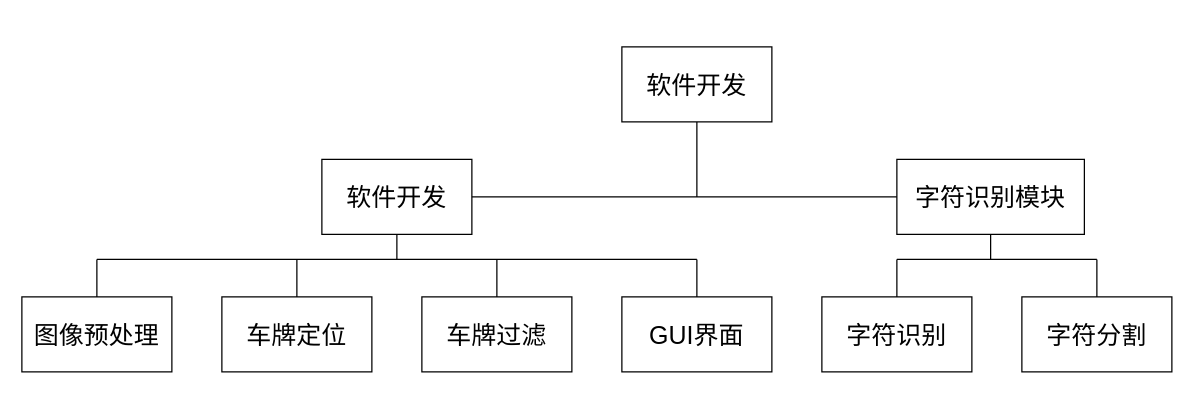
Before: 课设3.drawio in LinZY1004/diagrams, a draw.io diagram. Source tidied: cells renumbered, new cells numbered last; positions are measured from the earlier drawing's top-left corner, leaving out a move shared by most shapes. Both pictures are drawn from the tidied source at 125%, with x=0, y=0 at pixel (21, 46).
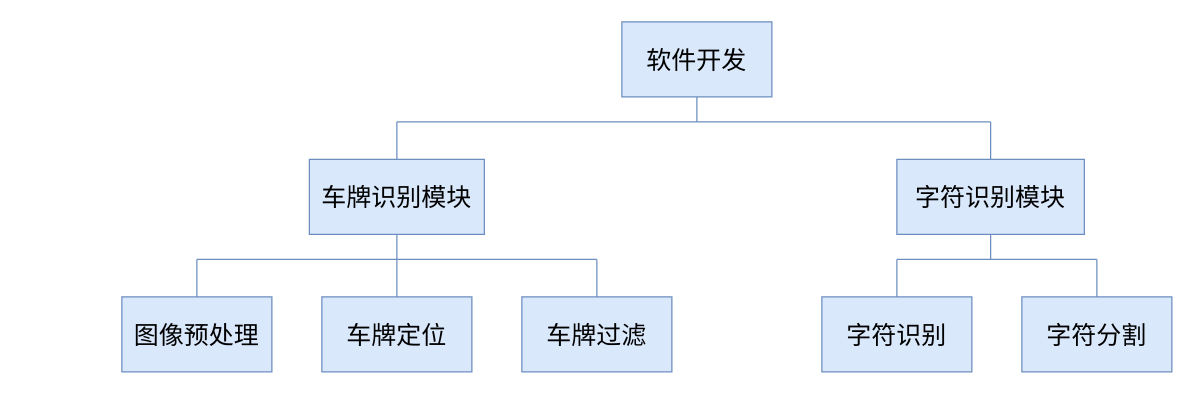
After the change.

Change to the diagram source:
```diff
@@
-    <mxCell id="2" value="&lt;font style=&quot;font-size: 20px&quot;&gt;软件开发&lt;/font&gt;" style="rounded=0;whiteSpace=wrap;html=1;" parent="1" vertex="1">
-      <mxGeometry x="480" width="120" height="60" as="geometry" />
+    <mxCell id="2" value="&lt;font style=&quot;font-size: 20px&quot;&gt;软件开发&lt;/font&gt;" style="rounded=0;whiteSpace=wrap;html=1;fillColor=#dae8fc;strokeColor=#6c8ebf;" parent="1" vertex="1">
+      <mxGeometry x="480" y="-20" width="120" height="60" as="geometry" />
     </mxCell>
-    <mxCell id="3" value="&lt;font style=&quot;font-size: 20px&quot;&gt;软件开发&lt;/font&gt;" style="rounded=0;whiteSpace=wrap;html=1;" parent="1" vertex="1">
-      <mxGeometry x="240" y="90" width="120" height="60" as="geometry" />
+    <mxCell id="3" value="&lt;font style=&quot;font-size: 20px&quot;&gt;车牌识别模块&lt;/font&gt;" style="rounded=0;whiteSpace=wrap;html=1;fillColor=#dae8fc;strokeColor=#6c8ebf;" parent="1" vertex="1">
+      <mxGeometry x="230" y="90" width="140" height="60" as="geometry" />
     </mxCell>
-    <mxCell id="4" value="&lt;font style=&quot;font-size: 20px&quot;&gt;图像预处理&lt;/font&gt;" style="rounded=0;whiteSpace=wrap;html=1;" parent="1" vertex="1">
-      <mxGeometry y="200" width="120" height="60" as="geometry" />
+    <mxCell id="4" value="&lt;font style=&quot;font-size: 20px&quot;&gt;图像预处理&lt;/font&gt;" style="rounded=0;whiteSpace=wrap;html=1;fillColor=#dae8fc;strokeColor=#6c8ebf;" parent="1" vertex="1">
+      <mxGeometry x="80" y="200" width="120" height="60" as="geometry" />
     </mxCell>
-    <mxCell id="5" value="&lt;font style=&quot;font-size: 20px&quot;&gt;车牌定位&lt;br&gt;&lt;/font&gt;" style="rounded=0;whiteSpace=wrap;html=1;" parent="1" vertex="1">
-      <mxGeometry x="160" y="200" width="120" height="60" as="geometry" />
+    <mxCell id="5" value="&lt;font style=&quot;font-size: 20px&quot;&gt;车牌定位&lt;br&gt;&lt;/font&gt;" style="rounded=0;whiteSpace=wrap;html=1;fillColor=#dae8fc;strokeColor=#6c8ebf;" parent="1" vertex="1">
+      <mxGeometry x="240" y="200" width="120" height="60" as="geometry" />
     </mxCell>
-    <mxCell id="6" value="&lt;font style=&quot;font-size: 20px&quot;&gt;车牌过滤&lt;br&gt;&lt;/font&gt;" style="rounded=0;whiteSpace=wrap;html=1;" parent="1" vertex="1">
-      <mxGeometry x="320" y="200" width="120" height="60" as="geometry" />
+    <mxCell id="6" value="&lt;font style=&quot;font-size: 20px&quot;&gt;车牌过滤&lt;br&gt;&lt;/font&gt;" style="rounded=0;whiteSpace=wrap;html=1;fillColor=#dae8fc;strokeColor=#6c8ebf;" parent="1" vertex="1">
+      <mxGeometry x="400" y="200" width="120" height="60" as="geometry" />
     </mxCell>
-    <mxCell id="7" value="&lt;font style=&quot;font-size: 20px&quot;&gt;字符识别模块&lt;br&gt;&lt;/font&gt;" style="rounded=0;whiteSpace=wrap;html=1;" parent="1" vertex="1">
+    <mxCell id="7" value="&lt;font style=&quot;font-size: 20px&quot;&gt;字符识别模块&lt;br&gt;&lt;/font&gt;" style="rounded=0;whiteSpace=wrap;html=1;fillColor=#dae8fc;strokeColor=#6c8ebf;" parent="1" vertex="1">
       <mxGeometry x="700" y="90" width="150" height="60" as="geometry" />
     </mxCell>
-    <mxCell id="8" value="&lt;font style=&quot;font-size: 20px&quot;&gt;字符识别&lt;br&gt;&lt;/font&gt;" style="rounded=0;whiteSpace=wrap;html=1;" parent="1" vertex="1">
+    <mxCell id="8" value="&lt;font style=&quot;font-size: 20px&quot;&gt;字符识别&lt;br&gt;&lt;/font&gt;" style="rounded=0;whiteSpace=wrap;html=1;fillColor=#dae8fc;strokeColor=#6c8ebf;" parent="1" vertex="1">
       <mxGeometry x="640" y="200" width="120" height="60" as="geometry" />
     </mxCell>
-    <mxCell id="9" value="&lt;font style=&quot;font-size: 20px&quot;&gt;GUI界面&lt;br&gt;&lt;/font&gt;" style="rounded=0;whiteSpace=wrap;html=1;" parent="1" vertex="1">
-      <mxGeometry x="480" y="200" width="120" height="60" as="geometry" />
-    </mxCell>
-    <mxCell id="10" value="&lt;font style=&quot;font-size: 20px&quot;&gt;字符分割&lt;br&gt;&lt;/font&gt;" style="rounded=0;whiteSpace=wrap;html=1;" parent="1" vertex="1">
+    <mxCell id="10" value="&lt;font style=&quot;font-size: 20px&quot;&gt;字符分割&lt;br&gt;&lt;/font&gt;" style="rounded=0;whiteSpace=wrap;html=1;fillColor=#dae8fc;strokeColor=#6c8ebf;" parent="1" vertex="1">
       <mxGeometry x="800" y="200" width="120" height="60" as="geometry" />
     </mxCell>
-    <mxCell id="11" style="endArrow=none;html=1;rounded=0;fontSize=20;entryX=0;entryY=0.5;entryDx=0;entryDy=0;" parent="1" edge="1" source="3" target="7">
-      <mxGeometry relative="1" as="geometry" />
+    <mxCell id="11" style="endArrow=none;html=1;rounded=0;fontSize=20;strokeColor=#6c8ebf;fontColor=#46495D;fillColor=#dae8fc;" parent="1" edge="1">
+      <mxGeometry relative="1" as="geometry">
+        <mxPoint x="300" y="60" as="sourcePoint" />
+        <mxPoint x="775" y="60" as="targetPoint" />
+      </mxGeometry>
     </mxCell>
-    <mxCell id="12" style="endArrow=none;html=1;rounded=0;fontSize=20;entryX=0.5;entryY=1;entryDx=0;entryDy=0;" parent="1" edge="1" target="2">
+    <mxCell id="12" style="endArrow=none;html=1;rounded=0;fontSize=20;entryX=0.5;entryY=1;entryDx=0;entryDy=0;strokeColor=#6c8ebf;fontColor=#46495D;fillColor=#dae8fc;" parent="1" edge="1" target="2">
       <mxGeometry relative="1" as="geometry">
-        <mxPoint x="540" y="120" as="sourcePoint" />
+        <mxPoint x="540" y="60" as="sourcePoint" />
       </mxGeometry>
     </mxCell>
-    <mxCell id="13" style="endArrow=none;html=1;rounded=0;fontSize=20;entryX=0.5;entryY=0;entryDx=0;entryDy=0;" parent="1" edge="1" target="4">
+    <mxCell id="13" style="endArrow=none;html=1;rounded=0;fontSize=20;entryX=0.5;entryY=0;entryDx=0;entryDy=0;strokeColor=#6c8ebf;fontColor=#46495D;fillColor=#dae8fc;" parent="1" edge="1" target="4">
       <mxGeometry relative="1" as="geometry">
-        <mxPoint x="60" y="170" as="sourcePoint" />
+        <mxPoint x="140" y="170" as="sourcePoint" />
       </mxGeometry>
     </mxCell>
-    <mxCell id="14" style="endArrow=none;html=1;rounded=0;fontSize=20;entryX=0.5;entryY=0;entryDx=0;entryDy=0;" parent="1" edge="1" target="5">
+    <mxCell id="14" style="endArrow=none;html=1;rounded=0;fontSize=20;entryX=0.5;entryY=0;entryDx=0;entryDy=0;strokeColor=#6c8ebf;fontColor=#46495D;fillColor=#dae8fc;" parent="1" edge="1" target="5">
       <mxGeometry relative="1" as="geometry">
-        <mxPoint x="220" y="170" as="sourcePoint" />
+        <mxPoint x="300" y="170" as="sourcePoint" />
       </mxGeometry>
     </mxCell>
-    <mxCell id="15" style="endArrow=none;html=1;rounded=0;fontSize=20;exitX=0.5;exitY=0;exitDx=0;exitDy=0;" parent="1" edge="1" source="6">
+    <mxCell id="15" style="endArrow=none;html=1;rounded=0;fontSize=20;exitX=0.5;exitY=0;exitDx=0;exitDy=0;strokeColor=#6c8ebf;fontColor=#46495D;fillColor=#dae8fc;" parent="1" edge="1" source="6">
       <mxGeometry relative="1" as="geometry">
-        <mxPoint x="380" y="170" as="targetPoint" />
+        <mxPoint x="460" y="170" as="targetPoint" />
       </mxGeometry>
     </mxCell>
-    <mxCell id="16" style="endArrow=none;html=1;rounded=0;fontSize=20;exitX=0.5;exitY=0;exitDx=0;exitDy=0;" parent="1" edge="1" source="9">
-      <mxGeometry relative="1" as="geometry">
-        <mxPoint x="540" y="170" as="targetPoint" />
-      </mxGeometry>
-    </mxCell>
-    <mxCell id="17" style="endArrow=none;html=1;rounded=0;fontSize=20;" parent="1" edge="1" source="8">
+    <mxCell id="17" style="endArrow=none;html=1;rounded=0;fontSize=20;strokeColor=#6c8ebf;fontColor=#46495D;fillColor=#dae8fc;" parent="1" edge="1" source="8">
       <mxGeometry relative="1" as="geometry">
         <mxPoint x="700" y="170" as="targetPoint" />
       </mxGeometry>
     </mxCell>
-    <mxCell id="18" style="endArrow=none;html=1;rounded=0;fontSize=20;" parent="1" edge="1" source="10">
+    <mxCell id="18" style="endArrow=none;html=1;rounded=0;fontSize=20;strokeColor=#6c8ebf;fontColor=#46495D;fillColor=#dae8fc;" parent="1" edge="1" source="10">
       <mxGeometry relative="1" as="geometry">
         <mxPoint x="860" y="170" as="targetPoint" />
       </mxGeometry>
     </mxCell>
-    <mxCell id="19" style="endArrow=none;html=1;rounded=0;fontSize=20;" parent="1" edge="1">
+    <mxCell id="19" style="endArrow=none;html=1;rounded=0;fontSize=20;strokeColor=#6c8ebf;fontColor=#46495D;fillColor=#dae8fc;" parent="1" edge="1">
       <mxGeometry relative="1" as="geometry">
-        <mxPoint x="60" y="170" as="sourcePoint" />
-        <mxPoint x="540" y="170" as="targetPoint" />
+        <mxPoint x="140" y="170" as="sourcePoint" />
+        <mxPoint x="460" y="170" as="targetPoint" />
       </mxGeometry>
     </mxCell>
-    <mxCell id="20" style="endArrow=none;html=1;rounded=0;fontSize=20;entryX=0.5;entryY=1;entryDx=0;entryDy=0;" parent="1" edge="1" target="3">
+    <mxCell id="20" style="endArrow=none;html=1;rounded=0;fontSize=20;entryX=0.5;entryY=1;entryDx=0;entryDy=0;strokeColor=#6c8ebf;fontColor=#46495D;fillColor=#dae8fc;" parent="1" edge="1" target="3">
       <mxGeometry relative="1" as="geometry">
         <mxPoint x="300" y="170" as="sourcePoint" />
       </mxGeometry>
     </mxCell>
-    <mxCell id="21" style="endArrow=none;html=1;rounded=0;fontSize=20;" parent="1" edge="1">
+    <mxCell id="21" style="endArrow=none;html=1;rounded=0;fontSize=20;strokeColor=#6c8ebf;fontColor=#46495D;fillColor=#dae8fc;" parent="1" edge="1">
       <mxGeometry relative="1" as="geometry">
         <mxPoint x="700" y="170" as="sourcePoint" />
         <mxPoint x="860" y="170" as="targetPoint" />
       </mxGeometry>
     </mxCell>
-    <mxCell id="22" style="endArrow=none;html=1;rounded=0;fontSize=20;entryX=0.5;entryY=1;entryDx=0;entryDy=0;" parent="1" edge="1" target="7">
+    <mxCell id="22" style="endArrow=none;html=1;rounded=0;fontSize=20;entryX=0.5;entryY=1;entryDx=0;entryDy=0;strokeColor=#6c8ebf;fontColor=#46495D;fillColor=#dae8fc;" parent="1" edge="1" target="7">
       <mxGeometry relative="1" as="geometry">
         <mxPoint x="775" y="170" as="sourcePoint" />
       </mxGeometry>
     </mxCell>
+    <mxCell id="23" style="endArrow=none;html=1;rounded=0;fontSize=20;exitX=0.5;exitY=0;exitDx=0;exitDy=0;strokeColor=#6c8ebf;fontColor=#46495D;fillColor=#dae8fc;" parent="1" edge="1" source="7">
+      <mxGeometry relative="1" as="geometry">
+        <mxPoint x="775" y="60" as="targetPoint" />
+        <Array as="points">
+          <mxPoint x="775" y="60" />
+        </Array>
+      </mxGeometry>
+    </mxCell>
+    <mxCell id="24" style="endArrow=none;html=1;rounded=0;fontSize=20;exitX=0.5;exitY=0;exitDx=0;exitDy=0;strokeColor=#6c8ebf;fontColor=#46495D;fillColor=#dae8fc;" parent="1" edge="1" source="3">
+      <mxGeometry relative="1" as="geometry">
+        <mxPoint x="300" y="60" as="targetPoint" />
+      </mxGeometry>
+    </mxCell>
```
